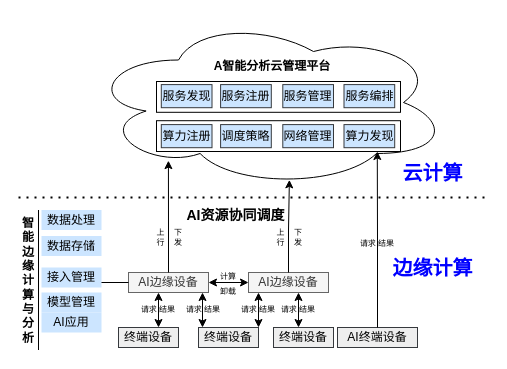
Earlier version of the draw.io diagram page "AI智能分析" (2 of 2) of 云边协同.drawio (paleblackless/diagrams). Source tidied: cells renumbered, new cells numbered last; positions are measured from the earlier drawing's top-left corner, leaving out a move shared by most shapes. Both pictures are drawn from the tidied source at 100%, with x=0, y=0 at pixel (18, 17).
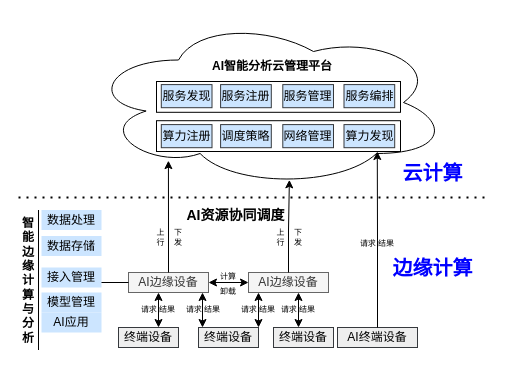
After the change.

Commit message:
更新云边协同.drawio

Unchanged cells that the change refers to:
```xml
<mxCell id="2" style="group;" parent="1" vertex="1">
  <mxGeometry y="20" width="470" height="312.5" as="geometry" />
</mxCell>
```

What changed in the source:
```diff
@@
-    <mxCell id="54" value="&lt;b&gt;A智能分析云管理平台&lt;/b&gt;" style="text;html=1;strokeColor=none;fillColor=none;align=center;verticalAlign=middle;whiteSpace=wrap;rounded=0;" parent="2" vertex="1">
+    <mxCell id="54" value="&lt;b&gt;AI智能分析云管理平台&lt;/b&gt;" style="text;html=1;strokeColor=none;fillColor=none;align=center;verticalAlign=middle;whiteSpace=wrap;rounded=0;" parent="2" vertex="1">
       <mxGeometry x="184" y="14" width="140" height="30" as="geometry" />
     </mxCell>
```
